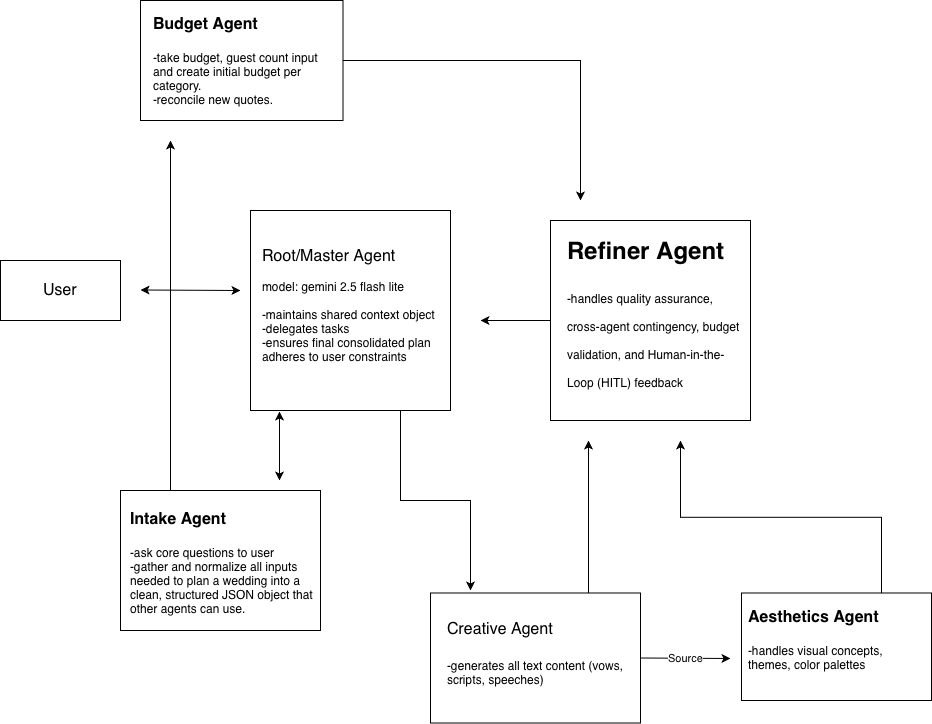
Earlier version of the draw.io export wedding_agent/Wedding Agent.drawio.png (GaemiStudio/Agent-EverAfter-Engine). Source tidied: cells renumbered, new cells last; positions are measured from the earlier drawing's top-left corner, leaving out a move shared by most shapes.
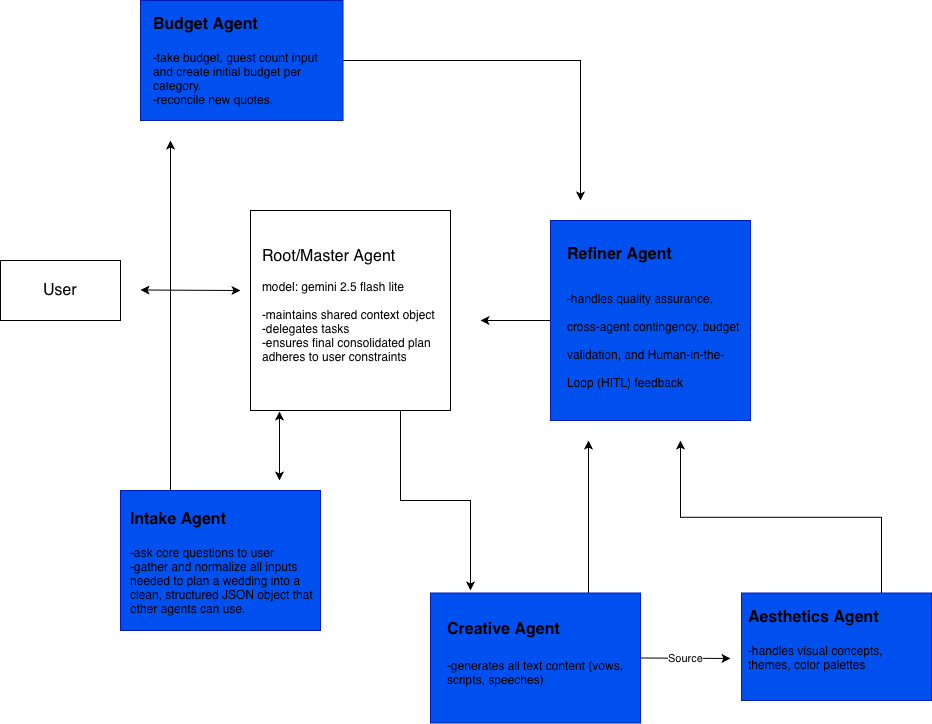
After the commit.

Diff of the diagram source:
```diff
@@ -1,8 +1,8 @@
-<mxGraphModel>
+<mxGraphModel background="light-dark(#FFFFFF,#FFFFFF)">
   <root>
     <mxCell id="0" />
     <mxCell id="1" parent="0" />
-    <mxCell id="2" style="edgeStyle=orthogonalEdgeStyle;rounded=0;jettySize=auto;html=1;exitX=0.75;exitY=1;exitDx=0;exitDy=0;" parent="1" edge="1" source="3">
+    <mxCell id="2" style="edgeStyle=orthogonalEdgeStyle;rounded=0;jettySize=auto;html=1;exitX=0.75;exitY=1;exitDx=0;exitDy=0;strokeColor=light-dark(#000000,#000000);" parent="1" edge="1" source="3">
       <mxGeometry relative="1" as="geometry">
         <mxPoint x="470" y="590" as="targetPoint" />
       </mxGeometry>
@@ -13,7 +13,7 @@
     <mxCell id="4" value="&lt;font style=&quot;font-size: 16px;&quot;&gt;Root/Master Agent&lt;/font&gt;&lt;div&gt;&lt;br&gt;&lt;/div&gt;&lt;div&gt;model: gemini 2.5 flash lite&lt;/div&gt;&lt;div&gt;&lt;br&gt;&lt;/div&gt;&lt;div&gt;-maintains shared context object&lt;/div&gt;&lt;div&gt;-delegates tasks&lt;/div&gt;&lt;div&gt;-ensures final consolidated plan adheres to user constraints&lt;/div&gt;" style="text;html=1;whiteSpace=wrap;overflow=hidden;rounded=0;labelBackgroundColor=light-dark(default, #ffffff);" parent="1" vertex="1">
       <mxGeometry x="260" y="240" width="180" height="150" as="geometry" />
     </mxCell>
-    <mxCell id="5" style="edgeStyle=orthogonalEdgeStyle;rounded=0;jettySize=auto;html=1;exitX=0.75;exitY=0;exitDx=0;exitDy=0;" parent="1" edge="1" source="6">
+    <mxCell id="5" style="edgeStyle=orthogonalEdgeStyle;rounded=0;jettySize=auto;html=1;exitX=0.75;exitY=0;exitDx=0;exitDy=0;strokeColor=light-dark(#000000,#000000);" parent="1" edge="1" source="6">
       <mxGeometry relative="1" as="geometry">
         <mxPoint x="588" y="440" as="targetPoint" />
         <Array as="points">
@@ -21,10 +21,10 @@
         </Array>
       </mxGeometry>
     </mxCell>
-    <mxCell id="6" style="rounded=0;whiteSpace=wrap;html=1;" parent="1" vertex="1">
+    <mxCell id="6" style="rounded=0;whiteSpace=wrap;html=1;fillColor=#0050ef;fontColor=light-dark(#000000,#000000);strokeColor=#001DBC;labelBorderColor=light-dark(#000000,#000000);" parent="1" vertex="1">
       <mxGeometry x="430" y="592.5" width="210" height="130" as="geometry" />
     </mxCell>
-    <mxCell id="7" value="&lt;h1 style=&quot;margin-top: 0px;&quot;&gt;&lt;font style=&quot;font-weight: 400; font-size: 16px;&quot;&gt;Creative Agent&lt;/font&gt;&lt;div style=&quot;font-size: 12px; font-weight: 400;&quot;&gt;&lt;font style=&quot;font-size: 16px;&quot;&gt;&lt;br&gt;&lt;/font&gt;&lt;/div&gt;&lt;div style=&quot;font-size: 12px; font-weight: 400;&quot;&gt;-generates all text content (vows, scripts, speeches)&lt;/div&gt;&lt;/h1&gt;" style="text;html=1;whiteSpace=wrap;overflow=hidden;rounded=0;" parent="1" vertex="1">
+    <mxCell id="7" value="&lt;h1 style=&quot;margin-top: 0px;&quot;&gt;&lt;font style=&quot;font-size: 16px;&quot;&gt;Creative Agent&lt;/font&gt;&lt;div style=&quot;font-size: 12px; font-weight: 400;&quot;&gt;&lt;font style=&quot;font-size: 16px;&quot;&gt;&lt;br&gt;&lt;/font&gt;&lt;/div&gt;&lt;div style=&quot;font-size: 12px; font-weight: 400;&quot;&gt;-generates all text content (vows, scripts, speeches)&lt;/div&gt;&lt;/h1&gt;" style="text;html=1;whiteSpace=wrap;overflow=hidden;rounded=0;fontColor=light-dark(#000000,#000000);" parent="1" vertex="1">
       <mxGeometry x="445" y="605" width="180" height="105" as="geometry" />
     </mxCell>
     <mxCell id="8" style="edgeStyle=orthogonalEdgeStyle;rounded=0;orthogonalLoop=1;jettySize=auto;html=1;exitX=0.5;exitY=1;exitDx=0;exitDy=0;" parent="1" edge="1" source="7" target="7">
@@ -36,18 +36,18 @@
     <mxCell id="10" value="&lt;font style=&quot;font-size: 16px;&quot;&gt;User&lt;/font&gt;" style="text;html=1;whiteSpace=wrap;strokeColor=none;fillColor=none;align=center;verticalAlign=middle;rounded=0;" parent="1" vertex="1">
       <mxGeometry x="30" y="275" width="60" height="30" as="geometry" />
     </mxCell>
-    <mxCell id="11" style="rounded=0;whiteSpace=wrap;html=1;" parent="1" vertex="1">
+    <mxCell id="11" style="rounded=0;whiteSpace=wrap;html=1;fillColor=#0050ef;fontColor=#ffffff;strokeColor=#001DBC;" parent="1" vertex="1">
       <mxGeometry x="741" y="592.5" width="190" height="107.5" as="geometry" />
     </mxCell>
-    <mxCell id="12" style="edgeStyle=orthogonalEdgeStyle;rounded=0;jettySize=auto;html=1;exitX=0.75;exitY=0;exitDx=0;exitDy=0;" parent="1" edge="1" source="13">
+    <mxCell id="12" style="edgeStyle=orthogonalEdgeStyle;rounded=0;jettySize=auto;html=1;exitX=0.75;exitY=0;exitDx=0;exitDy=0;strokeColor=light-dark(#000000,#000000);" parent="1" edge="1" source="13">
       <mxGeometry relative="1" as="geometry">
         <mxPoint x="680" y="440" as="targetPoint" />
       </mxGeometry>
     </mxCell>
-    <mxCell id="13" value="&lt;h1 style=&quot;margin-top: 0px;&quot;&gt;&lt;font style=&quot;font-size: 16px;&quot;&gt;Aesthetics Agent&lt;/font&gt;&lt;/h1&gt;&lt;div&gt;&lt;font&gt;-handles visual concepts, themes, color palettes&lt;/font&gt;&lt;/div&gt;" style="text;html=1;whiteSpace=wrap;overflow=hidden;rounded=0;" parent="1" vertex="1">
+    <mxCell id="13" value="&lt;h1 style=&quot;margin-top: 0px;&quot;&gt;&lt;font style=&quot;font-size: 16px;&quot;&gt;Aesthetics Agent&lt;/font&gt;&lt;/h1&gt;&lt;div&gt;&lt;font&gt;-handles visual concepts, themes, color palettes&lt;/font&gt;&lt;/div&gt;" style="text;html=1;whiteSpace=wrap;overflow=hidden;rounded=0;fontColor=light-dark(#000000,#000000);" parent="1" vertex="1">
       <mxGeometry x="746" y="592.5" width="180" height="107.5" as="geometry" />
     </mxCell>
-    <mxCell id="14" style="edgeStyle=orthogonalEdgeStyle;rounded=0;orthogonalLoop=1;jettySize=auto;html=1;" parent="1" edge="1">
+    <mxCell id="14" style="edgeStyle=orthogonalEdgeStyle;rounded=0;orthogonalLoop=1;jettySize=auto;html=1;strokeColor=light-dark(#000000,#000000);" parent="1" edge="1">
       <mxGeometry relative="1" as="geometry">
         <mxPoint x="550" y="315" as="sourcePoint" />
         <mxPoint x="480" y="320" as="targetPoint" />
@@ -56,32 +56,32 @@
         </Array>
       </mxGeometry>
     </mxCell>
-    <mxCell id="15" style="whiteSpace=wrap;html=1;" parent="1" vertex="1">
+    <mxCell id="15" style="whiteSpace=wrap;html=1;labelBackgroundColor=light-dark(#FFFFFF,#FFFFFF);fillColor=#0050ef;strokeColor=#001DBC;fontColor=#ffffff;" parent="1" vertex="1">
       <mxGeometry x="550" y="220" width="200" height="200" as="geometry" />
     </mxCell>
-    <mxCell id="16" value="&lt;h1 style=&quot;margin-top: 0px;&quot;&gt;Refiner Agent&lt;/h1&gt;&lt;h1 style=&quot;margin-top: 0px;&quot;&gt;&lt;span style=&quot;font-size: 12px; font-weight: normal;&quot;&gt;-handles quality assurance, cross-agent contingency, budget validation, and Human-in-the-Loop (HITL) feedback processing&amp;nbsp;&lt;/span&gt;&lt;br&gt;&lt;/h1&gt;" style="text;html=1;whiteSpace=wrap;overflow=hidden;rounded=0;" parent="1" vertex="1">
+    <mxCell id="16" value="&lt;h1 style=&quot;margin-top: 0px;&quot;&gt;&lt;span style=&quot;color: light-dark(rgb(0, 0, 0), rgb(0, 0, 0));&quot;&gt;&lt;font style=&quot;font-size: 16px;&quot;&gt;Refiner Agent&lt;/font&gt;&lt;/span&gt;&lt;/h1&gt;&lt;h1 style=&quot;margin-top: 0px;&quot;&gt;&lt;span style=&quot;font-size: 12px; font-weight: normal; color: light-dark(rgb(0, 0, 0), rgb(0, 0, 0));&quot;&gt;-handles quality assurance, cross-agent contingency, budget validation, and Human-in-the-Loop (HITL) feedback processing&amp;nbsp;&lt;/span&gt;&lt;br&gt;&lt;/h1&gt;" style="text;html=1;whiteSpace=wrap;overflow=hidden;rounded=0;" parent="1" vertex="1">
       <mxGeometry x="565" y="230" width="180" height="170" as="geometry" />
     </mxCell>
-    <mxCell id="17" style="endArrow=classic;html=1;rounded=0;exitX=1;exitY=0.5;exitDx=0;exitDy=0;" parent="1" edge="1" source="6">
+    <mxCell id="17" style="endArrow=classic;html=1;rounded=0;exitX=1;exitY=0.5;exitDx=0;exitDy=0;strokeColor=light-dark(#000000,#000000);" parent="1" edge="1" source="6">
       <mxGeometry relative="1" as="geometry">
         <mxPoint x="730" y="658" as="targetPoint" />
       </mxGeometry>
     </mxCell>
-    <mxCell id="18" value="Source" style="edgeLabel;html=1;align=center;verticalAlign=middle;" parent="17" vertex="1">
+    <mxCell id="18" value="Source" style="edgeLabel;html=1;align=center;verticalAlign=middle;fontColor=light-dark(#000000,#000000);labelBackgroundColor=light-dark(#FFFFFF,#FFFFFF);" parent="17" vertex="1">
       <mxGeometry relative="1" as="geometry" />
     </mxCell>
-    <mxCell id="19" style="edgeStyle=orthogonalEdgeStyle;rounded=0;jettySize=auto;html=1;exitX=0.25;exitY=0;exitDx=0;exitDy=0;" parent="1" edge="1" source="20">
+    <mxCell id="19" style="edgeStyle=orthogonalEdgeStyle;rounded=0;jettySize=auto;html=1;exitX=0.25;exitY=0;exitDx=0;exitDy=0;strokeColor=light-dark(#000000,#000000);" parent="1" edge="1" source="20">
       <mxGeometry relative="1" as="geometry">
         <mxPoint x="170" y="140" as="targetPoint" />
       </mxGeometry>
     </mxCell>
-    <mxCell id="20" style="rounded=0;whiteSpace=wrap;html=1;" parent="1" vertex="1">
+    <mxCell id="20" style="rounded=0;whiteSpace=wrap;html=1;fillColor=#0050ef;fontColor=#ffffff;strokeColor=#001DBC;" parent="1" vertex="1">
       <mxGeometry x="120" y="490" width="200" height="140" as="geometry" />
     </mxCell>
-    <mxCell id="21" value="&lt;h1 style=&quot;margin-top: 0px;&quot;&gt;&lt;font style=&quot;font-size: 16px;&quot;&gt;Intake Agent&lt;/font&gt;&lt;/h1&gt;&lt;div&gt;-ask core questions to user&lt;/div&gt;&lt;div&gt;-gather and normalize all inputs needed to plan a wedding into a clean, structured JSON object that other agents can use.&lt;/div&gt;" style="text;html=1;whiteSpace=wrap;overflow=hidden;rounded=0;" parent="1" vertex="1">
+    <mxCell id="21" value="&lt;h1 style=&quot;margin-top: 0px;&quot;&gt;&lt;font style=&quot;font-size: 16px;&quot;&gt;Intake Agent&lt;/font&gt;&lt;/h1&gt;&lt;div&gt;-ask core questions to user&lt;/div&gt;&lt;div&gt;-gather and normalize all inputs needed to plan a wedding into a clean, structured JSON object that other agents can use.&lt;/div&gt;" style="text;html=1;whiteSpace=wrap;overflow=hidden;rounded=0;fontColor=light-dark(#000000,#000000);" parent="1" vertex="1">
       <mxGeometry x="127.5" y="495" width="185" height="130" as="geometry" />
     </mxCell>
-    <mxCell id="22" style="endArrow=classic;startArrow=classic;html=1;rounded=0;entryX=0.145;entryY=1.005;entryDx=0;entryDy=0;entryPerimeter=0;" parent="1" edge="1" target="3">
+    <mxCell id="22" style="endArrow=classic;startArrow=classic;html=1;rounded=0;entryX=0.145;entryY=1.005;entryDx=0;entryDy=0;entryPerimeter=0;strokeColor=light-dark(#000000,#000000);" parent="1" edge="1" target="3">
       <mxGeometry relative="1" as="geometry">
         <mxPoint x="279" y="480" as="sourcePoint" />
         <Array as="points">
@@ -89,18 +89,18 @@
         </Array>
       </mxGeometry>
     </mxCell>
-    <mxCell id="23" style="edgeStyle=orthogonalEdgeStyle;rounded=0;jettySize=auto;html=1;exitX=1;exitY=0.5;exitDx=0;exitDy=0;" parent="1" edge="1" source="24">
+    <mxCell id="23" style="edgeStyle=orthogonalEdgeStyle;rounded=0;jettySize=auto;html=1;exitX=1;exitY=0.5;exitDx=0;exitDy=0;strokeColor=light-dark(#000000,#000000);" parent="1" edge="1" source="24">
       <mxGeometry relative="1" as="geometry">
         <mxPoint x="580" y="200" as="targetPoint" />
       </mxGeometry>
     </mxCell>
-    <mxCell id="24" style="rounded=0;whiteSpace=wrap;html=1;" parent="1" vertex="1">
+    <mxCell id="24" style="rounded=0;whiteSpace=wrap;html=1;fillColor=#0050ef;fontColor=light-dark(#000000,#000000);strokeColor=#001DBC;" parent="1" vertex="1">
       <mxGeometry x="140" width="202.5" height="120" as="geometry" />
     </mxCell>
-    <mxCell id="25" value="&lt;h1 style=&quot;margin-top: 0px;&quot;&gt;&lt;font style=&quot;font-size: 16px;&quot;&gt;Budget Agent&lt;/font&gt;&lt;/h1&gt;&lt;div&gt;-take budget, guest count input and create initial budget per category.&lt;/div&gt;&lt;div&gt;-reconcile new quotes.&lt;/div&gt;" style="text;html=1;whiteSpace=wrap;overflow=hidden;rounded=0;" parent="1" vertex="1">
+    <mxCell id="25" value="&lt;h1 style=&quot;margin-top: 0px;&quot;&gt;&lt;font style=&quot;font-size: 16px;&quot;&gt;Budget Agent&lt;/font&gt;&lt;/h1&gt;&lt;div&gt;-take budget, guest count input and create initial budget per category.&lt;/div&gt;&lt;div&gt;-reconcile new quotes.&lt;/div&gt;" style="text;html=1;whiteSpace=wrap;overflow=hidden;rounded=0;fontColor=light-dark(#000000,#000000);" parent="1" vertex="1">
       <mxGeometry x="151.2" width="180" height="120" as="geometry" />
     </mxCell>
-    <mxCell id="26" style="endArrow=classic;startArrow=classic;html=1;rounded=0;" parent="1" edge="1">
+    <mxCell id="26" style="endArrow=classic;startArrow=classic;html=1;rounded=0;strokeColor=light-dark(#000000,#000000);" parent="1" edge="1">
       <mxGeometry relative="1" as="geometry">
         <mxPoint x="140" y="289.5" as="sourcePoint" />
         <mxPoint x="240" y="290" as="targetPoint" />
```
